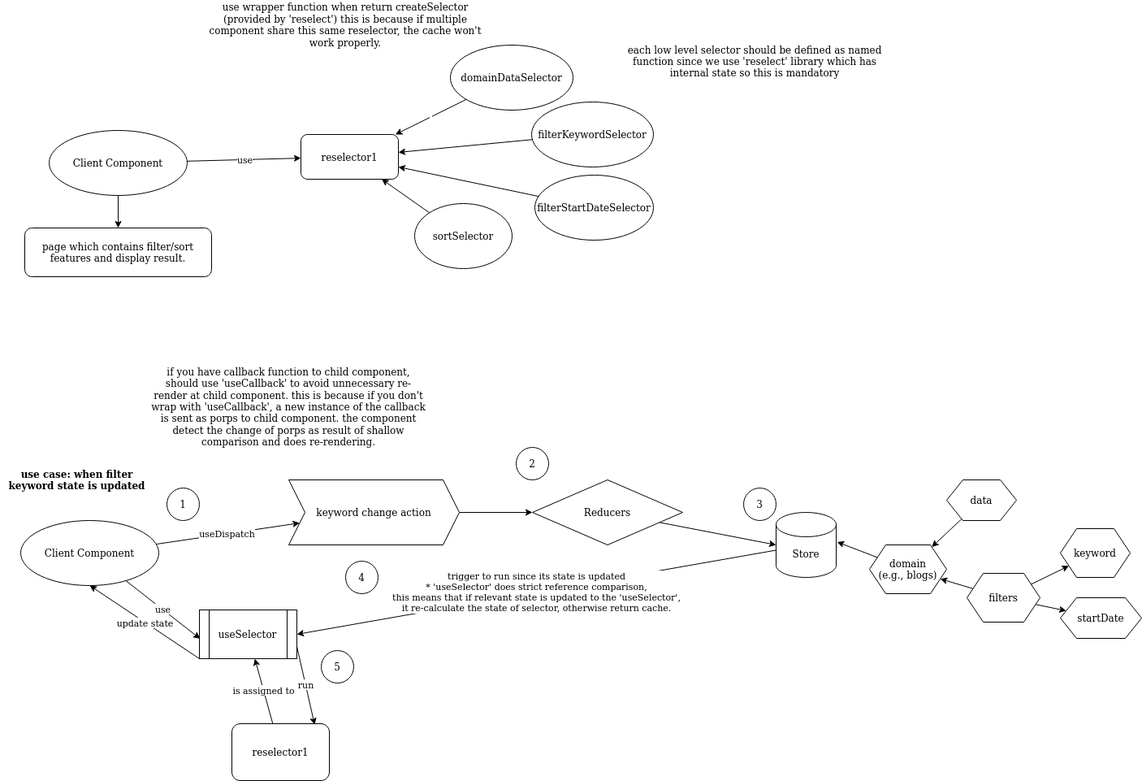
Above: reselect_filter_sort_logic.png in stsiwo/react_redux_concept (draw.io), before the change. Source tidied: cells renumbered, new cells last; positions are measured from the earlier drawing's top-left corner, leaving out a move shared by most shapes.
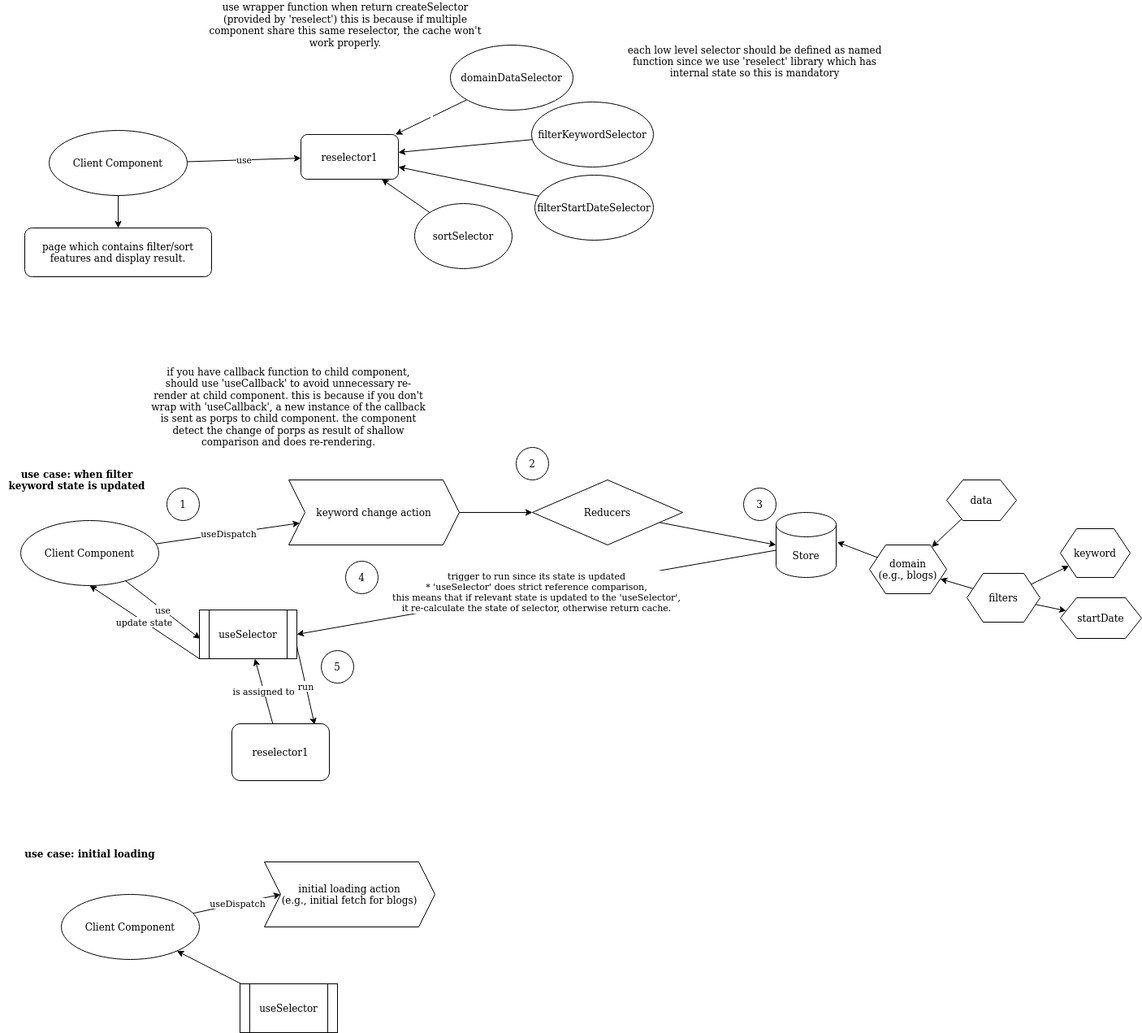
The same diagram one commit later.

Change to the diagram source:
```diff
@@ -140,5 +140,23 @@
     <mxCell id="47" value="&lt;b&gt;use case: when filter keyword state is updated&lt;/b&gt;" style="text;html=1;strokeColor=none;fillColor=none;align=center;verticalAlign=middle;whiteSpace=wrap;rounded=0;" parent="1" vertex="1">
       <mxGeometry y="580" width="189" height="20" as="geometry" />
     </mxCell>
+    <mxCell id="48" value="&lt;b&gt;use case: initial loading &lt;/b&gt;" style="text;html=1;strokeColor=none;fillColor=none;align=center;verticalAlign=middle;whiteSpace=wrap;rounded=0;" parent="1" vertex="1">
+      <mxGeometry x="16" y="1040" width="189" height="20" as="geometry" />
+    </mxCell>
+    <mxCell id="49" value="useDispatch" style="edgeStyle=none;rounded=0;jettySize=auto;html=1;entryX=0;entryY=0.5;entryDx=0;entryDy=0;" parent="1" edge="1" source="50" target="53">
+      <mxGeometry relative="1" as="geometry" />
+    </mxCell>
+    <mxCell id="50" value="Client Component" style="ellipse;whiteSpace=wrap;html=1;" parent="1" vertex="1">
+      <mxGeometry x="75" y="1100" width="170" height="80" as="geometry" />
+    </mxCell>
+    <mxCell id="51" style="rounded=0;jettySize=auto;html=1;" parent="1" edge="1" source="52" target="50">
+      <mxGeometry relative="1" as="geometry" />
+    </mxCell>
+    <mxCell id="52" value="useSelector" style="shape=process;whiteSpace=wrap;html=1;backgroundOutline=1;" parent="1" vertex="1">
+      <mxGeometry x="295" y="1210" width="120" height="60" as="geometry" />
+    </mxCell>
+    <mxCell id="53" value="&lt;div&gt;initial loading action&lt;/div&gt;&lt;div&gt;(e.g., initial fetch for blogs)&lt;br&gt;&lt;/div&gt;" style="shape=step;perimeter=stepPerimeter;whiteSpace=wrap;html=1;fixedSize=1;" parent="1" vertex="1">
+      <mxGeometry x="325" y="1060" width="210" height="80" as="geometry" />
+    </mxCell>
   </root>
 </mxGraphModel>
```
